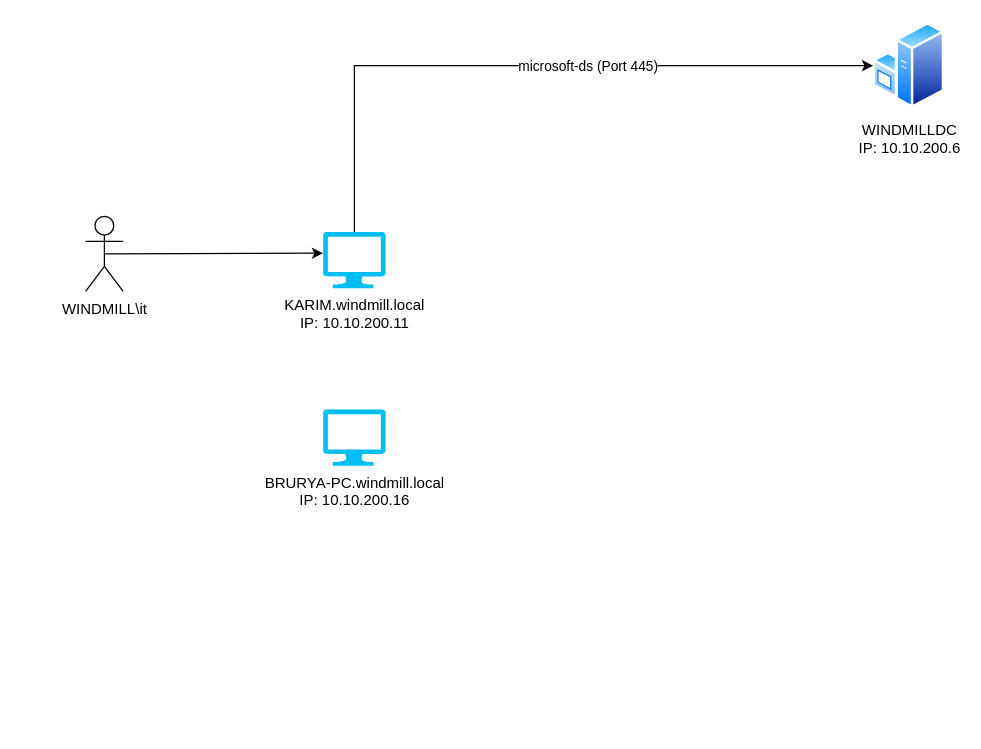
The draw.io diagram Untitled Diagram.drawio in auys93/YSBoK, before the edit. Source tidied: cells renumbered, new cells numbered last; positions are measured from the earlier drawing's top-left corner, leaving out a move shared by most shapes. Both pictures are drawn from the tidied source at 125%, with x=0, y=0 at pixel (85, 21).
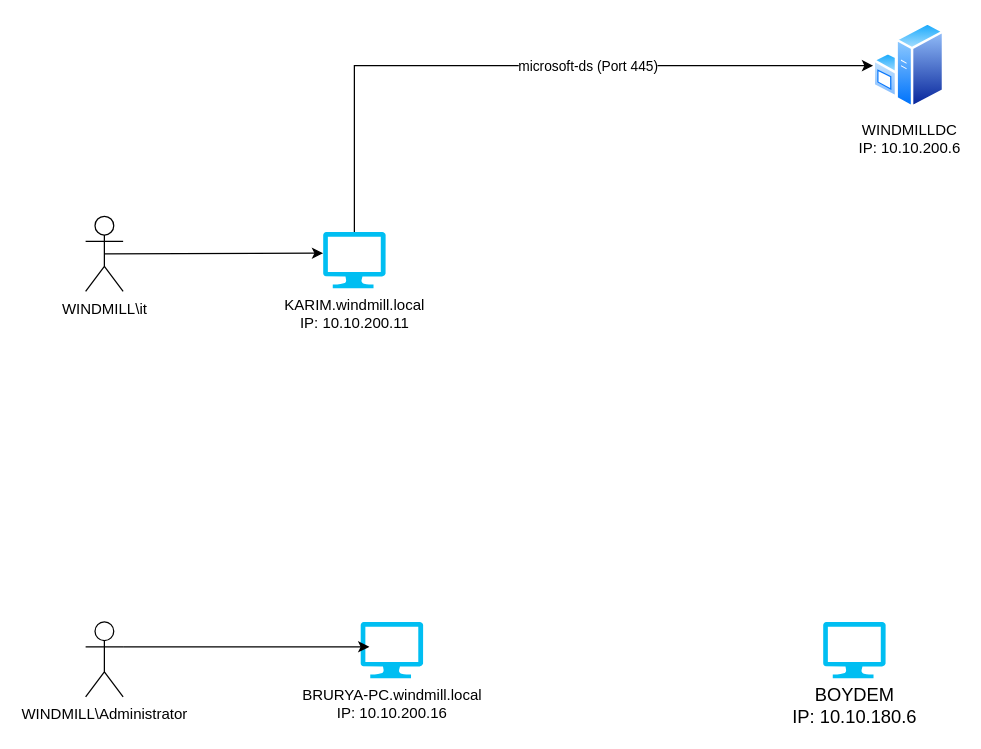
The same page after the edit.

Change to the diagram source:
```diff
@@
 <mxGraphModel>
   <root>
     <mxCell id="0" />
     <mxCell id="1" parent="0" />
     <mxCell id="2" value="WINDMILLDC&lt;div&gt;IP: 10.10.200.6&lt;/div&gt;" style="image;perimeter=ellipsePerimeter;html=1;align=center;shadow=0;dashed=0;spacingTop=3;image=img/lib/active_directory/windows_server.svg;" parent="1" vertex="1">
       <mxGeometry x="630" width="57.4" height="70" as="geometry" />
     </mxCell>
     <mxCell id="3" style="edgeStyle=orthogonalEdgeStyle;rounded=0;jettySize=auto;html=1;exitX=0.5;exitY=0;exitDx=0;exitDy=0;exitPerimeter=0;entryX=0;entryY=0.5;entryDx=0;entryDy=0;" parent="1" edge="1" source="5" target="2">
       <mxGeometry relative="1" as="geometry" />
     </mxCell>
     <mxCell id="4" value="microsoft-ds (Port 445)" style="edgeLabel;html=1;align=center;verticalAlign=middle;" parent="3" vertex="1">
       <mxGeometry x="0.25" y="2" relative="1" as="geometry">
         <mxPoint x="-24" y="2" as="offset" />
       </mxGeometry>
     </mxCell>
     <mxCell id="5" value="KARIM.windmill.local&lt;div&gt;IP: 10.10.200.11&lt;/div&gt;" style="verticalLabelPosition=bottom;html=1;verticalAlign=top;align=center;strokeColor=none;fillColor=#00BEF2;shape=mxgraph.azure.computer;" parent="1" vertex="1">
       <mxGeometry x="190" y="168" width="50" height="45" as="geometry" />
     </mxCell>
     <mxCell id="6" value="WINDMILL\it" style="shape=umlActor;verticalLabelPosition=bottom;verticalAlign=top;html=1;outlineConnect=0;" parent="1" vertex="1">
       <mxGeometry y="155.5" width="30" height="60" as="geometry" />
     </mxCell>
     <mxCell id="7" style="endArrow=classic;html=1;rounded=0;exitX=0.5;exitY=0.5;exitDx=0;exitDy=0;exitPerimeter=0;entryX=0;entryY=0.378;entryDx=0;entryDy=0;entryPerimeter=0;" parent="1" edge="1" source="6" target="5">
       <mxGeometry relative="1" as="geometry" />
     </mxCell>
     <mxCell id="8" value="BRURYA-PC.windmill.local&lt;br&gt;&lt;div&gt;IP: 10.10.200.16&lt;/div&gt;" style="verticalLabelPosition=bottom;html=1;verticalAlign=top;align=center;strokeColor=none;fillColor=#00BEF2;shape=mxgraph.azure.computer;" parent="1" vertex="1">
-      <mxGeometry x="190" y="310" width="50" height="45" as="geometry" />
+      <mxGeometry x="220" y="480" width="50" height="45" as="geometry" />
     </mxCell>
+    <mxCell id="9" value="&lt;span style=&quot;font-size: 11pt; line-height: 107%; font-family: Calibri, sans-serif;&quot;&gt;BOYDEM&lt;/span&gt;&lt;div&gt;&lt;span style=&quot;font-size: 11pt; line-height: 107%; font-family: Calibri, sans-serif;&quot;&gt;IP:&amp;nbsp;&lt;/span&gt;&lt;span style=&quot;font-family: Calibri, sans-serif; font-size: 11pt; background-color: initial;&quot;&gt;10.10.180.6&lt;/span&gt;&lt;/div&gt;" style="verticalLabelPosition=bottom;html=1;verticalAlign=top;align=center;strokeColor=none;fillColor=#00BEF2;shape=mxgraph.azure.computer;" parent="1" vertex="1">
+      <mxGeometry x="590" y="480" width="50" height="45" as="geometry" />
+    </mxCell>
+    <mxCell id="10" value="WINDMILL\Administrator" style="shape=umlActor;verticalLabelPosition=bottom;verticalAlign=top;html=1;outlineConnect=0;" parent="1" vertex="1">
+      <mxGeometry y="480" width="30" height="60" as="geometry" />
+    </mxCell>
+    <mxCell id="11" style="edgeStyle=orthogonalEdgeStyle;rounded=0;jettySize=auto;html=1;exitX=1;exitY=0.3333333333333333;exitDx=0;exitDy=0;exitPerimeter=0;entryX=0.14;entryY=0.444;entryDx=0;entryDy=0;entryPerimeter=0;" parent="1" edge="1" source="10" target="8">
+      <mxGeometry relative="1" as="geometry" />
+    </mxCell>
   </root>
 </mxGraphModel>
```
